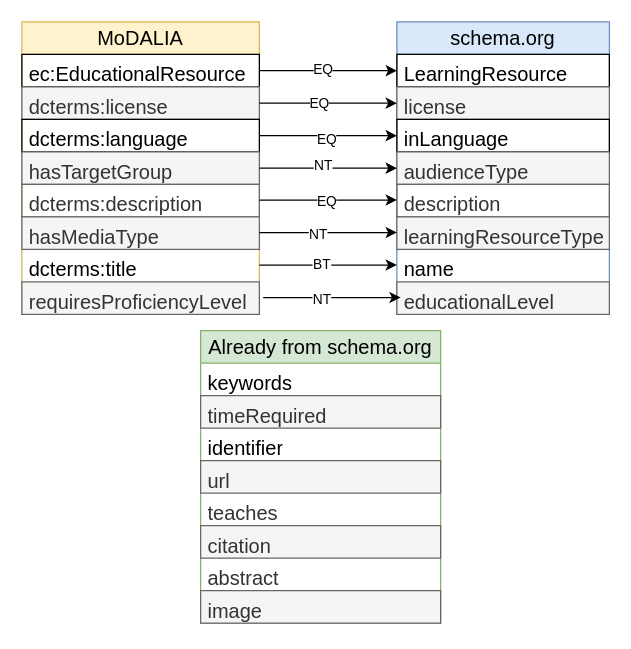
Earlier version of the draw.io diagram visualisations/crosswalk2schema.drawio (data-literacy-alliance/dalia-ontology). Source tidied: cells renumbered, new cells numbered last; positions are measured from the earlier drawing's top-left corner, leaving out a move shared by most shapes. Both pictures are drawn from the tidied source at 125%, with x=0, y=0 at pixel (21, 21).
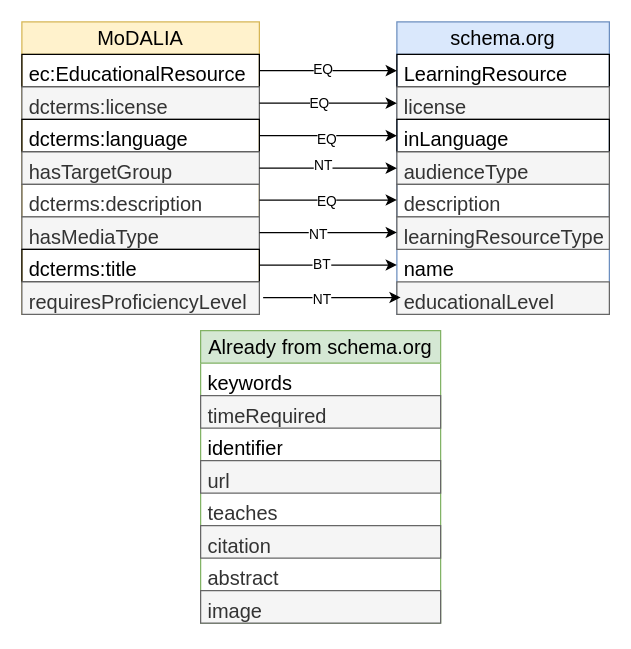
Above is the later version.

The change refers to these unchanged cells:
```xml
<mxCell id="2" value="MoDALIA" style="swimlane;fontStyle=0;horizontal=1;startSize=26;fillColor=#fff2cc;whiteSpace=wrap;html=1;strokeColor=#d6b656;fontSize=16;" parent="1" vertex="1">
  <mxGeometry width="190" height="234" as="geometry" />
</mxCell>
```

The edit, as a diff of the source:
```diff
@@
-    <mxCell id="9" value="dcterms:title" style="text;align=left;verticalAlign=top;spacingLeft=4;spacingRight=4;overflow=hidden;whiteSpace=wrap;html=1;fontSize=16;" parent="2" vertex="1">
+    <mxCell id="9" value="dcterms:title" style="text;align=left;verticalAlign=top;spacingLeft=4;spacingRight=4;overflow=hidden;whiteSpace=wrap;html=1;fontSize=16;strokeColor=default;" parent="2" vertex="1">
       <mxGeometry y="182" width="190" height="26" as="geometry" />
     </mxCell>
```
